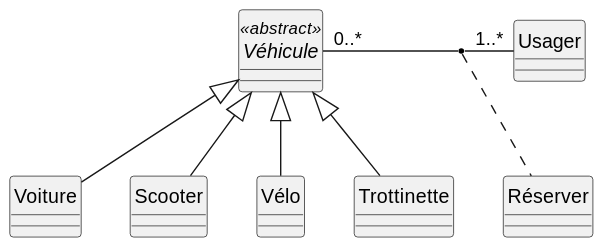
gigl-uml/Guide_uml_polymtl keeps this PlantUML diagram as out/plant_uml/exempleDiagClasse/exempleDiagClasse.svg. Above is the earlier version.
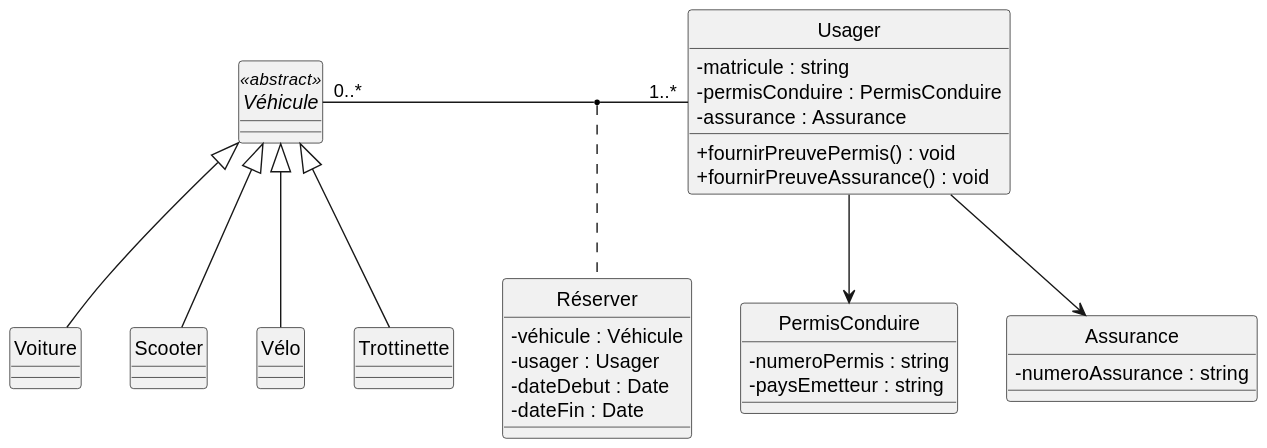
Above is the later version.

Change to the diagram source:
```diff
@@ -17,10 +17,26 @@
 
 }
 class Usager {
-
+    - matricule : string
+    - permisConduire : PermisConduire
+    - assurance : Assurance
+    + fournirPreuvePermis() : void
+    + fournirPreuveAssurance() : void
+}
+class PermisConduire {
+    - numeroPermis : string
+    - paysEmetteur : string
+}
+class Assurance {
+    - numeroAssurance : string
 }
 
-class Réserver{}
+class Réserver {
+    - véhicule : Véhicule
+    - usager : Usager
+    - dateDebut : Date
+    - dateFin : Date
+}
 
 Véhicule <|-- Voiture
 Véhicule <|-- Scooter
@@ -28,4 +44,7 @@
 Véhicule <|-- Trottinette
 Véhicule "0..*" - "1..*" Usager
 (Véhicule, Usager) .. Réserver
+Usager --> PermisConduire
+Usager --> Assurance
+
 @enduml
```
